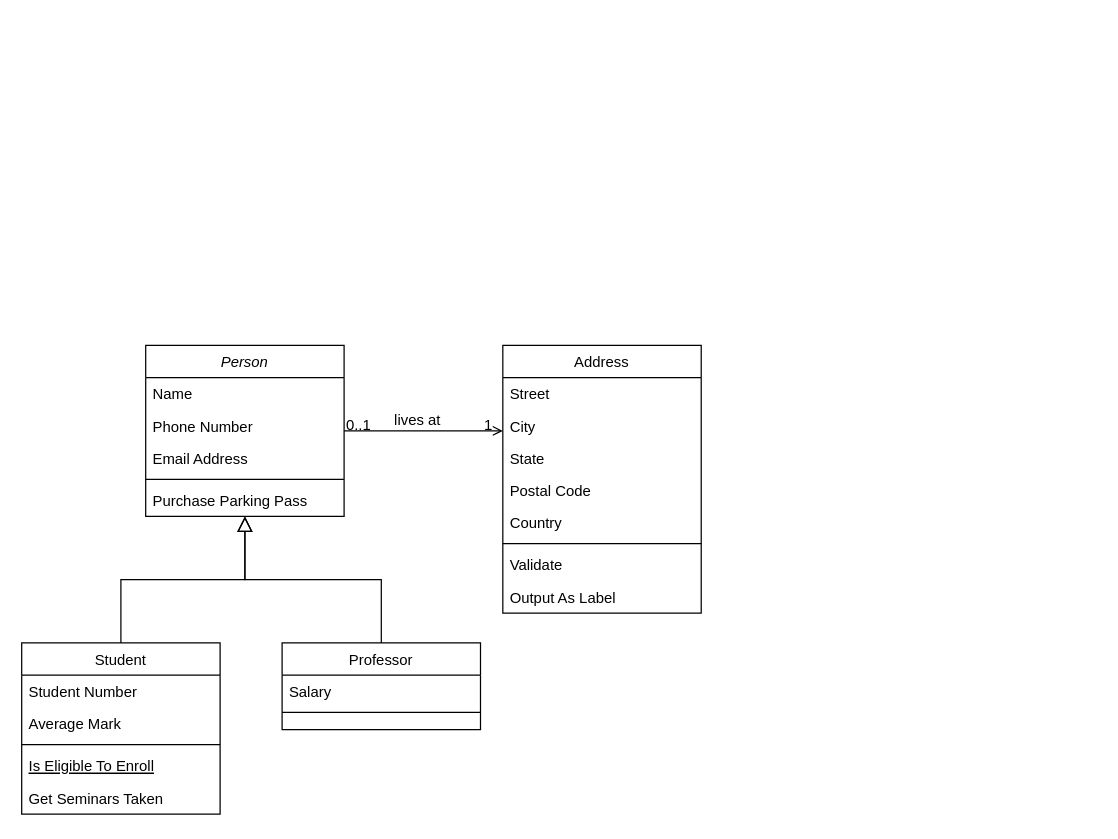
Above: Diagrama del Blog.drawio in cuerojr/tp-1-ayed (draw.io), before the change. Source tidied: cells renumbered, new cells numbered last; positions are measured from the earlier drawing's top-left corner, leaving out a move shared by most shapes. Both pictures are drawn from the tidied source at 124%, with x=0, y=0 at pixel (21, 345).
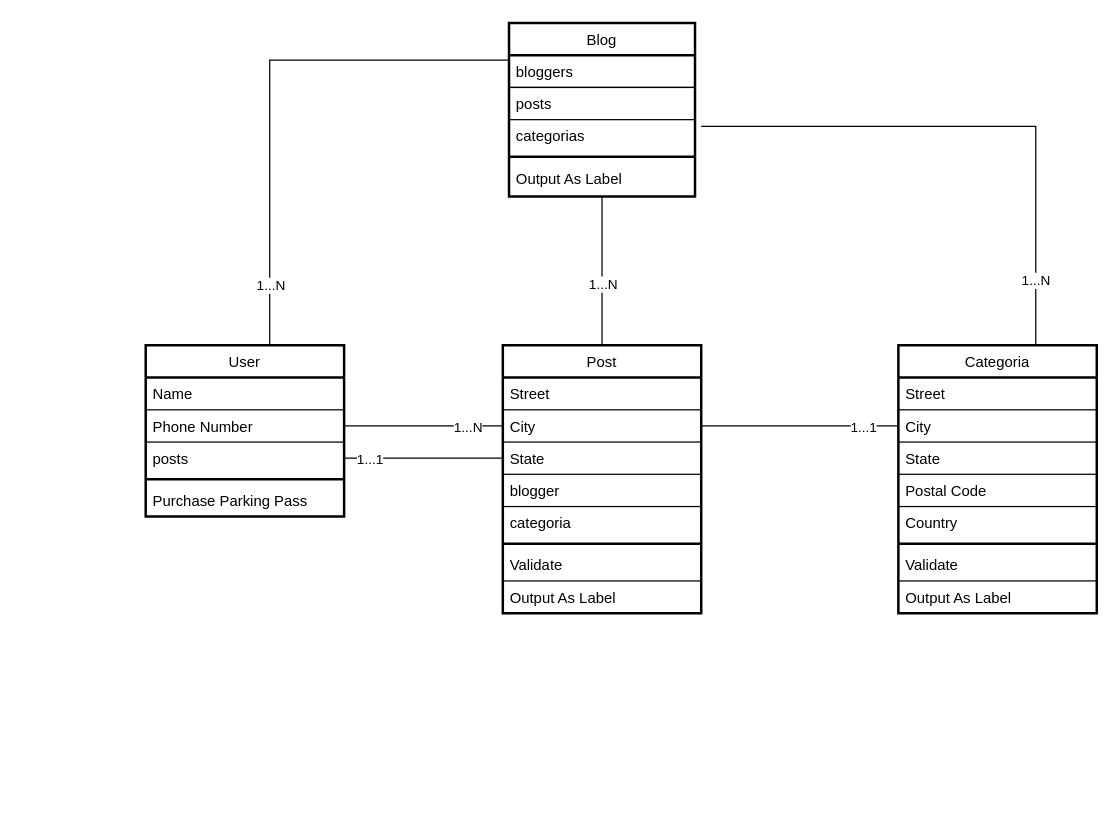
The same diagram, later.

The change refers to these unchanged cells:
```xml
<mxCell id="22" value="State" style="text;align=left;verticalAlign=top;spacingLeft=4;spacingRight=4;overflow=hidden;points=[[0,0.5],[1,0.5]];portConstraint=eastwest;rounded=0;shadow=0;html=0;" parent="19" vertex="1">
  <mxGeometry y="78" width="160" height="26" as="geometry" />
</mxCell>
```

What changed in the source:
```diff
@@
-    <mxCell id="2" value="Person" style="swimlane;fontStyle=2;align=center;verticalAlign=top;horizontal=1;startSize=26;rounded=0;shadow=0;strokeWidth=1;" parent="1" vertex="1">
+    <mxCell id="2" value="User" style="swimlane;fontStyle=0;align=center;verticalAlign=top;horizontal=1;startSize=26;rounded=0;shadow=0;strokeWidth=2;" parent="1" vertex="1">
       <mxGeometry x="100" width="160" height="138" as="geometry" />
     </mxCell>
@@
-    <mxCell id="4" value="Phone Number" style="text;align=left;verticalAlign=top;spacingLeft=4;spacingRight=4;overflow=hidden;points=[[0,0.5],[1,0.5]];portConstraint=eastwest;rounded=0;shadow=0;html=0;" parent="2" vertex="1">
+    <mxCell id="4" value="Phone Number" style="text;align=left;verticalAlign=top;spacingLeft=4;spacingRight=4;overflow=hidden;points=[[0,0.5],[1,0.5]];portConstraint=eastwest;rounded=0;shadow=0;html=0;strokeColor=default;" parent="2" vertex="1">
       <mxGeometry y="52" width="160" height="26" as="geometry" />
     </mxCell>
-    <mxCell id="5" value="Email Address" style="text;align=left;verticalAlign=top;spacingLeft=4;spacingRight=4;overflow=hidden;points=[[0,0.5],[1,0.5]];portConstraint=eastwest;rounded=0;shadow=0;html=0;" parent="2" vertex="1">
+    <mxCell id="5" value="posts" style="text;align=left;verticalAlign=top;spacingLeft=4;spacingRight=4;overflow=hidden;points=[[0,0.5],[1,0.5]];portConstraint=eastwest;rounded=0;shadow=0;html=0;" parent="2" vertex="1">
       <mxGeometry y="78" width="160" height="26" as="geometry" />
     </mxCell>
-    <mxCell id="6" style="line;html=1;strokeWidth=1;align=left;verticalAlign=middle;spacingTop=-1;spacingLeft=3;spacingRight=3;labelPosition=right;" parent="2" vertex="1">
+    <mxCell id="6" style="line;html=1;strokeWidth=2;align=left;verticalAlign=middle;spacingTop=-1;spacingLeft=3;spacingRight=3;labelPosition=right;" parent="2" vertex="1">
       <mxGeometry y="104" width="160" height="8" as="geometry" />
     </mxCell>
@@
-    <mxCell id="8" value="Student" style="swimlane;fontStyle=0;align=center;verticalAlign=top;horizontal=1;startSize=26;rounded=0;shadow=0;strokeWidth=1;" parent="1" vertex="1">
-      <mxGeometry y="240" width="160" height="138" as="geometry" />
-    </mxCell>
-    <mxCell id="9" value="Student Number" style="text;align=left;verticalAlign=top;spacingLeft=4;spacingRight=4;overflow=hidden;" parent="8" vertex="1">
-      <mxGeometry y="26" width="160" height="26" as="geometry" />
-    </mxCell>
-    <mxCell id="10" value="Average Mark" style="text;align=left;verticalAlign=top;spacingLeft=4;spacingRight=4;overflow=hidden;rounded=0;shadow=0;html=0;" parent="8" vertex="1">
-      <mxGeometry y="52" width="160" height="26" as="geometry" />
-    </mxCell>
-    <mxCell id="11" style="line;html=1;strokeWidth=1;align=left;verticalAlign=middle;spacingTop=-1;spacingLeft=3;spacingRight=3;labelPosition=right;" parent="8" vertex="1">
-      <mxGeometry y="78" width="160" height="8" as="geometry" />
-    </mxCell>
-    <mxCell id="12" value="Is Eligible To Enroll" style="text;align=left;verticalAlign=top;spacingLeft=4;spacingRight=4;overflow=hidden;fontStyle=4;" parent="8" vertex="1">
-      <mxGeometry y="86" width="160" height="26" as="geometry" />
-    </mxCell>
-    <mxCell id="13" value="Get Seminars Taken" style="text;align=left;verticalAlign=top;spacingLeft=4;spacingRight=4;overflow=hidden;" parent="8" vertex="1">
-      <mxGeometry y="112" width="160" height="26" as="geometry" />
-    </mxCell>
-    <mxCell id="14" style="endArrow=block;endSize=10;endFill=0;shadow=0;strokeWidth=1;rounded=0;curved=0;edgeStyle=elbowEdgeStyle;elbow=vertical;" parent="1" edge="1" source="8" target="2">
-      <mxGeometry relative="1" as="geometry" />
-    </mxCell>
-    <mxCell id="15" value="Professor" style="swimlane;fontStyle=0;align=center;verticalAlign=top;horizontal=1;startSize=26;rounded=0;shadow=0;strokeWidth=1;" parent="1" vertex="1">
-      <mxGeometry x="210" y="240" width="160" height="70" as="geometry" />
-    </mxCell>
-    <mxCell id="16" value="Salary" style="text;align=left;verticalAlign=top;spacingLeft=4;spacingRight=4;overflow=hidden;" parent="15" vertex="1">
-      <mxGeometry y="26" width="160" height="26" as="geometry" />
-    </mxCell>
-    <mxCell id="17" style="line;html=1;strokeWidth=1;align=left;verticalAlign=middle;spacingTop=-1;spacingLeft=3;spacingRight=3;labelPosition=right;" parent="15" vertex="1">
-      <mxGeometry y="52" width="160" height="8" as="geometry" />
-    </mxCell>
-    <mxCell id="18" style="endArrow=block;endSize=10;endFill=0;shadow=0;strokeWidth=1;rounded=0;curved=0;edgeStyle=elbowEdgeStyle;elbow=vertical;" parent="1" edge="1" source="15" target="2">
-      <mxGeometry relative="1" as="geometry" />
-    </mxCell>
+    <mxCell id="32" style="edgeStyle=orthogonalEdgeStyle;rounded=0;jettySize=auto;html=1;endArrow=none;startFill=0;" parent="1" edge="1" source="19" target="53">
+      <mxGeometry relative="1" as="geometry">
+        <Array as="points">
+          <mxPoint x="468" y="-70" />
+          <mxPoint x="468" y="-70" />
+        </Array>
+      </mxGeometry>
+    </mxCell>
+    <mxCell id="33" value="1...N" style="edgeLabel;html=1;align=center;verticalAlign=middle;" parent="32" vertex="1">
+      <mxGeometry x="-0.62" relative="1" as="geometry">
+        <mxPoint y="-27" as="offset" />
+      </mxGeometry>
+    </mxCell>
-    <mxCell id="19" value="Address" style="swimlane;fontStyle=0;align=center;verticalAlign=top;horizontal=1;startSize=26;rounded=0;shadow=0;strokeWidth=1;" parent="1" vertex="1">
+    <mxCell id="19" value="Post" style="swimlane;fontStyle=0;align=center;verticalAlign=top;horizontal=1;startSize=26;rounded=0;shadow=0;strokeWidth=2;" parent="1" vertex="1">
       <mxGeometry x="388" width="160" height="216" as="geometry" />
     </mxCell>
@@
-    <mxCell id="21" value="City" style="text;align=left;verticalAlign=top;spacingLeft=4;spacingRight=4;overflow=hidden;points=[[0,0.5],[1,0.5]];portConstraint=eastwest;rounded=0;shadow=0;html=0;" parent="19" vertex="1">
+    <mxCell id="21" value="City" style="text;align=left;verticalAlign=top;spacingLeft=4;spacingRight=4;overflow=hidden;points=[[0,0.5],[1,0.5]];portConstraint=eastwest;rounded=0;shadow=0;html=0;strokeColor=default;" parent="19" vertex="1">
       <mxGeometry y="52" width="160" height="26" as="geometry" />
     </mxCell>
@@
-    <mxCell id="23" value="Postal Code" style="text;align=left;verticalAlign=top;spacingLeft=4;spacingRight=4;overflow=hidden;rounded=0;shadow=0;html=0;" parent="19" vertex="1">
+    <mxCell id="23" value="blogger" style="text;align=left;verticalAlign=top;spacingLeft=4;spacingRight=4;overflow=hidden;rounded=0;shadow=0;html=0;strokeColor=default;" parent="19" vertex="1">
       <mxGeometry y="104" width="160" height="26" as="geometry" />
     </mxCell>
-    <mxCell id="24" value="Country" style="text;align=left;verticalAlign=top;spacingLeft=4;spacingRight=4;overflow=hidden;rounded=0;shadow=0;html=0;" parent="19" vertex="1">
+    <mxCell id="24" value="categoria" style="text;align=left;verticalAlign=top;spacingLeft=4;spacingRight=4;overflow=hidden;rounded=0;shadow=0;html=0;" parent="19" vertex="1">
       <mxGeometry y="130" width="160" height="26" as="geometry" />
     </mxCell>
-    <mxCell id="25" style="line;html=1;strokeWidth=1;align=left;verticalAlign=middle;spacingTop=-1;spacingLeft=3;spacingRight=3;labelPosition=right;" parent="19" vertex="1">
+    <mxCell id="25" style="line;html=1;strokeWidth=2;align=left;verticalAlign=middle;spacingTop=-1;spacingLeft=3;spacingRight=3;labelPosition=right;" parent="19" vertex="1">
       <mxGeometry y="156" width="160" height="8" as="geometry" />
     </mxCell>
@@
-    <mxCell id="27" value="Output As Label" style="text;align=left;verticalAlign=top;spacingLeft=4;spacingRight=4;overflow=hidden;" parent="19" vertex="1">
+    <mxCell id="27" value="Output As Label" style="text;align=left;verticalAlign=top;spacingLeft=4;spacingRight=4;overflow=hidden;strokeColor=default;" parent="19" vertex="1">
       <mxGeometry y="190" width="160" height="26" as="geometry" />
     </mxCell>
-    <mxCell id="28" style="endArrow=open;shadow=0;strokeWidth=1;rounded=0;curved=0;endFill=1;edgeStyle=elbowEdgeStyle;elbow=vertical;" parent="1" edge="1" source="2" target="19">
-      <mxGeometry x="0.5" y="41" relative="1" as="geometry">
-        <mxPoint x="-40" y="32" as="offset" />
-      </mxGeometry>
-    </mxCell>
-    <mxCell id="29" value="0..1" style="align=left;verticalAlign=bottom;labelBackgroundColor=none;fontSize=12;" parent="28" vertex="1">
-      <mxGeometry x="-1" relative="1" as="geometry">
-        <mxPoint y="4" as="offset" />
-      </mxGeometry>
-    </mxCell>
-    <mxCell id="30" value="1" style="align=right;verticalAlign=bottom;labelBackgroundColor=none;fontSize=12;" parent="28" vertex="1">
-      <mxGeometry x="1" relative="1" as="geometry">
-        <mxPoint x="-7" y="4" as="offset" />
-      </mxGeometry>
-    </mxCell>
-    <mxCell id="31" value="lives at" style="text;html=1;align=center;verticalAlign=middle;labelBackgroundColor=none;rounded=0;shadow=0;strokeWidth=1;fontSize=12;" parent="28" vertex="1">
-      <mxGeometry x="0.5" y="49" relative="1" as="geometry">
-        <mxPoint x="-38" y="40" as="offset" />
-      </mxGeometry>
-    </mxCell>
+    <mxCell id="34" value="Categoria" style="swimlane;fontStyle=0;align=center;verticalAlign=top;horizontal=1;startSize=26;rounded=0;shadow=0;strokeWidth=2;" parent="1" vertex="1">
+      <mxGeometry x="707" width="160" height="216" as="geometry" />
+    </mxCell>
+    <mxCell id="35" value="Street" style="text;align=left;verticalAlign=top;spacingLeft=4;spacingRight=4;overflow=hidden;" parent="34" vertex="1">
+      <mxGeometry y="26" width="160" height="26" as="geometry" />
+    </mxCell>
+    <mxCell id="36" value="City" style="text;align=left;verticalAlign=top;spacingLeft=4;spacingRight=4;overflow=hidden;points=[[0,0.5],[1,0.5]];portConstraint=eastwest;rounded=0;shadow=0;html=0;strokeColor=default;" parent="34" vertex="1">
+      <mxGeometry y="52" width="160" height="26" as="geometry" />
+    </mxCell>
+    <mxCell id="37" value="State" style="text;align=left;verticalAlign=top;spacingLeft=4;spacingRight=4;overflow=hidden;rounded=0;shadow=0;html=0;" parent="34" vertex="1">
+      <mxGeometry y="78" width="160" height="26" as="geometry" />
+    </mxCell>
+    <mxCell id="38" value="Postal Code" style="text;align=left;verticalAlign=top;spacingLeft=4;spacingRight=4;overflow=hidden;rounded=0;shadow=0;html=0;strokeColor=default;" parent="34" vertex="1">
+      <mxGeometry y="104" width="160" height="26" as="geometry" />
+    </mxCell>
+    <mxCell id="39" value="Country" style="text;align=left;verticalAlign=top;spacingLeft=4;spacingRight=4;overflow=hidden;rounded=0;shadow=0;html=0;" parent="34" vertex="1">
+      <mxGeometry y="130" width="160" height="26" as="geometry" />
+    </mxCell>
+    <mxCell id="40" style="line;html=1;strokeWidth=2;align=left;verticalAlign=middle;spacingTop=-1;spacingLeft=3;spacingRight=3;labelPosition=right;" parent="34" vertex="1">
+      <mxGeometry y="156" width="160" height="8" as="geometry" />
+    </mxCell>
+    <mxCell id="41" value="Validate" style="text;align=left;verticalAlign=top;spacingLeft=4;spacingRight=4;overflow=hidden;" parent="34" vertex="1">
+      <mxGeometry y="164" width="160" height="26" as="geometry" />
+    </mxCell>
+    <mxCell id="42" value="Output As Label" style="text;align=left;verticalAlign=top;spacingLeft=4;spacingRight=4;overflow=hidden;strokeColor=default;" parent="34" vertex="1">
+      <mxGeometry y="190" width="160" height="26" as="geometry" />
+    </mxCell>
+    <mxCell id="43" style="edgeStyle=orthogonalEdgeStyle;rounded=0;jettySize=auto;html=1;endArrow=none;startFill=0;" parent="1" edge="1" source="2" target="53">
+      <mxGeometry relative="1" as="geometry">
+        <Array as="points">
+          <mxPoint x="200" y="-230" />
+        </Array>
+      </mxGeometry>
+    </mxCell>
+    <mxCell id="44" value="1...N" style="edgeLabel;html=1;align=center;verticalAlign=middle;" parent="43" vertex="1">
+      <mxGeometry x="-0.83" relative="1" as="geometry">
+        <mxPoint y="-13" as="offset" />
+      </mxGeometry>
+    </mxCell>
+    <mxCell id="45" style="edgeStyle=orthogonalEdgeStyle;rounded=0;jettySize=auto;html=1;endArrow=none;startFill=0;entryX=1.033;entryY=0.21;entryDx=0;entryDy=0;entryPerimeter=0;" parent="1" edge="1" target="56">
+      <mxGeometry relative="1" as="geometry">
+        <mxPoint x="817.8" as="sourcePoint" />
+        <Array as="points">
+          <mxPoint x="818" y="-177" />
+        </Array>
+      </mxGeometry>
+    </mxCell>
+    <mxCell id="46" value="1...N" style="edgeLabel;html=1;align=center;verticalAlign=middle;" parent="45" vertex="1">
+      <mxGeometry x="-0.85" y="2" relative="1" as="geometry">
+        <mxPoint x="2" y="-20" as="offset" />
+      </mxGeometry>
+    </mxCell>
+    <mxCell id="47" style="edgeStyle=orthogonalEdgeStyle;rounded=0;jettySize=auto;html=1;exitX=1;exitY=0.5;exitDx=0;exitDy=0;entryX=0;entryY=0.5;entryDx=0;entryDy=0;endArrow=none;startFill=0;" parent="1" edge="1" source="4" target="21">
+      <mxGeometry relative="1" as="geometry" />
+    </mxCell>
+    <mxCell id="48" value="1...N" style="edgeLabel;html=1;align=center;verticalAlign=middle;" parent="47" vertex="1">
+      <mxGeometry x="0.77" relative="1" as="geometry">
+        <mxPoint x="-14" as="offset" />
+      </mxGeometry>
+    </mxCell>
+    <mxCell id="49" style="edgeStyle=orthogonalEdgeStyle;rounded=0;jettySize=auto;html=1;exitX=0;exitY=0.5;exitDx=0;exitDy=0;entryX=1;entryY=0.5;entryDx=0;entryDy=0;strokeWidth=1;endArrow=none;startFill=0;" parent="1" edge="1" source="36" target="21">
+      <mxGeometry relative="1" as="geometry" />
+    </mxCell>
+    <mxCell id="50" value="1...1" style="edgeLabel;html=1;align=center;verticalAlign=middle;" parent="49" vertex="1">
+      <mxGeometry x="-0.68" y="-3" relative="1" as="geometry">
+        <mxPoint x="-4" y="3" as="offset" />
+      </mxGeometry>
+    </mxCell>
+    <mxCell id="51" style="edgeStyle=orthogonalEdgeStyle;rounded=0;jettySize=auto;html=1;exitX=1;exitY=0.5;exitDx=0;exitDy=0;endArrow=none;startFill=0;" parent="1" edge="1" source="5" target="22">
+      <mxGeometry relative="1" as="geometry" />
+    </mxCell>
+    <mxCell id="52" value="1...1" style="edgeLabel;html=1;align=center;verticalAlign=middle;" parent="51" vertex="1">
+      <mxGeometry x="-0.78" y="-2" relative="1" as="geometry">
+        <mxPoint x="6" y="-2" as="offset" />
+      </mxGeometry>
+    </mxCell>
+    <mxCell id="53" value="Blog" style="swimlane;fontStyle=0;align=center;verticalAlign=top;horizontal=1;startSize=26;rounded=0;shadow=0;strokeWidth=2;fillStyle=solid;fillColor=#FFFFFF;" parent="1" vertex="1">
+      <mxGeometry x="393" y="-260" width="150" height="140" as="geometry" />
+    </mxCell>
+    <mxCell id="54" value="bloggers" style="text;align=left;verticalAlign=top;spacingLeft=4;spacingRight=4;overflow=hidden;rounded=0;shadow=0;html=0;fillColor=none;strokeColor=default;" parent="53" vertex="1">
+      <mxGeometry y="26" width="150" height="26" as="geometry" />
+    </mxCell>
+    <mxCell id="55" value="posts" style="text;align=left;verticalAlign=top;spacingLeft=4;spacingRight=4;overflow=hidden;fillColor=none;strokeWidth=1;strokeColor=default;" parent="53" vertex="1">
+      <mxGeometry y="52" width="150" height="26" as="geometry" />
+    </mxCell>
+    <mxCell id="56" value="categorias" style="text;align=left;verticalAlign=top;spacingLeft=4;spacingRight=4;overflow=hidden;points=[[0,0.5],[1,0.5]];portConstraint=eastwest;rounded=0;shadow=0;html=0;fillColor=none;strokeColor=none;" parent="53" vertex="1">
+      <mxGeometry y="78" width="150" height="26" as="geometry" />
+    </mxCell>
+    <mxCell id="57" style="line;html=1;strokeWidth=2;align=left;verticalAlign=middle;spacingTop=-1;spacingLeft=3;spacingRight=3;labelPosition=right;strokeColor=default;fillColor=#FFFFFF;gradientColor=none;" parent="53" vertex="1">
+      <mxGeometry y="104" width="150" height="8" as="geometry" />
+    </mxCell>
+    <mxCell id="58" value="Output As Label" style="text;align=left;verticalAlign=top;spacingLeft=4;spacingRight=4;overflow=hidden;fillColor=none;strokeColor=none;" parent="53" vertex="1">
+      <mxGeometry y="112" width="150" height="26" as="geometry" />
+    </mxCell>
```
